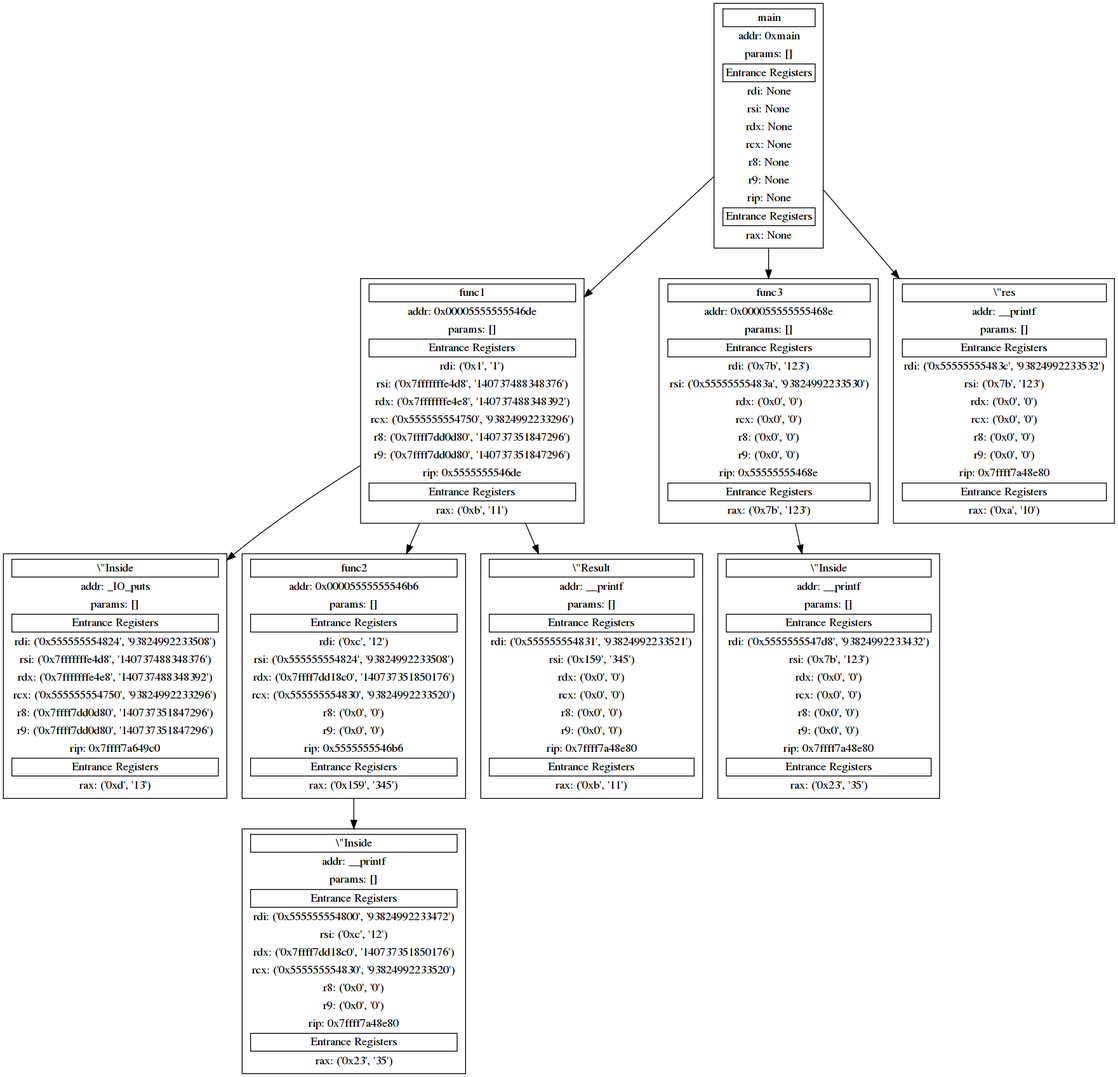
Above: Out/result.gv.png in cty123/CS527-Final-Project (Graphviz), before the change. Its source is kept beside it as Out/result.gv. Source of this version:
```dot
digraph {
	main [label=<
    <table border="0">
        <tr><td align="text" border="1">main</td></tr>
        <tr><td align="text">addr: 0xmain</td></tr>
        <tr><td align="text">params: []</td></tr>
        <tr><td align="text" border="1">Entrance Registers</td></tr>
        <tr><td align="text">rdi: None</td></tr>
        <tr><td align="text">rsi: None</td></tr>
        <tr><td align="text">rdx: None</td></tr>
        <tr><td align="text">rcx: None</td></tr>
        <tr><td align="text">r8: None</td></tr>
        <tr><td align="text">r9: None</td></tr>
        <tr><td align="text">rip: None</td></tr>
        <tr><td align="text" border="1">Entrance Registers</td></tr>
        <tr><td align="text">rax: None</td></tr>
    </table>
    > shape=box]
	main_0xmain_1 [label=<
    <table border="0">
        <tr><td align="text" border="1">func1</td></tr>
        <tr><td align="text">addr: 0x00005555555546de</td></tr>
        <tr><td align="text">params: []</td></tr>
        <tr><td align="text" border="1">Entrance Registers</td></tr>
        <tr><td align="text">rdi: ('0x1', '1')</td></tr>
        <tr><td align="text">rsi: ('0x7fffffffe4d8', '140737488348376')</td></tr>
        <tr><td align="text">rdx: ('0x7fffffffe4e8', '140737488348392')</td></tr>
        <tr><td align="text">rcx: ('0x555555554750', '93824992233296')</td></tr>
        <tr><td align="text">r8: ('0x7ffff7dd0d80', '140737351847296')</td></tr>
        <tr><td align="text">r9: ('0x7ffff7dd0d80', '140737351847296')</td></tr>
        <tr><td align="text">rip: 0x5555555546de</td></tr>
        <tr><td align="text" border="1">Entrance Registers</td></tr>
        <tr><td align="text">rax: ('0xb', '11')</td></tr>
    </table>
    > shape=box]
	main -> main_0xmain_1
	main_0xmain_2 [label=<
    <table border="0">
        <tr><td align="text" border="1">func3</td></tr>
        <tr><td align="text">addr: 0x000055555555468e</td></tr>
        <tr><td align="text">params: []</td></tr>
        <tr><td align="text" border="1">Entrance Registers</td></tr>
        <tr><td align="text">rdi: ('0x7b', '123')</td></tr>
        <tr><td align="text">rsi: ('0x55555555483a', '93824992233530')</td></tr>
        <tr><td align="text">rdx: ('0x0', '0')</td></tr>
        <tr><td align="text">rcx: ('0x0', '0')</td></tr>
        <tr><td align="text">r8: ('0x0', '0')</td></tr>
        <tr><td align="text">r9: ('0x0', '0')</td></tr>
        <tr><td align="text">rip: 0x55555555468e</td></tr>
        <tr><td align="text" border="1">Entrance Registers</td></tr>
        <tr><td align="text">rax: ('0x7b', '123')</td></tr>
    </table>
    > shape=box]
	main -> main_0xmain_2
	main_0xmain_3 [label=<
    <table border="0">
        <tr><td align="text" border="1">\"res</td></tr>
        <tr><td align="text">addr: __printf</td></tr>
        <tr><td align="text">params: []</td></tr>
        <tr><td align="text" border="1">Entrance Registers</td></tr>
        <tr><td align="text">rdi: ('0x55555555483c', '93824992233532')</td></tr>
        <tr><td align="text">rsi: ('0x7b', '123')</td></tr>
        <tr><td align="text">rdx: ('0x0', '0')</td></tr>
        <tr><td align="text">rcx: ('0x0', '0')</td></tr>
        <tr><td align="text">r8: ('0x0', '0')</td></tr>
        <tr><td align="text">r9: ('0x0', '0')</td></tr>
        <tr><td align="text">rip: 0x7ffff7a48e80</td></tr>
        <tr><td align="text" border="1">Entrance Registers</td></tr>
        <tr><td align="text">rax: ('0xa', '10')</td></tr>
    </table>
    > shape=box]
	main -> main_0xmain_3
	func3_0x000055555555468e_4 [label=<
    <table border="0">
        <tr><td align="text" border="1">\"Inside</td></tr>
        <tr><td align="text">addr: __printf</td></tr>
        <tr><td align="text">params: []</td></tr>
        <tr><td align="text" border="1">Entrance Registers</td></tr>
        <tr><td align="text">rdi: ('0x5555555547d8', '93824992233432')</td></tr>
        <tr><td align="text">rsi: ('0x7b', '123')</td></tr>
        <tr><td align="text">rdx: ('0x0', '0')</td></tr>
        <tr><td align="text">rcx: ('0x0', '0')</td></tr>
        <tr><td align="text">r8: ('0x0', '0')</td></tr>
        <tr><td align="text">r9: ('0x0', '0')</td></tr>
        <tr><td align="text">rip: 0x7ffff7a48e80</td></tr>
        <tr><td align="text" border="1">Entrance Registers</td></tr>
        <tr><td align="text">rax: ('0x23', '35')</td></tr>
    </table>
    > shape=box]
	main_0xmain_2 -> func3_0x000055555555468e_4
	func1_0x00005555555546de_5 [label=<
    <table border="0">
        <tr><td align="text" border="1">\"Inside</td></tr>
        <tr><td align="text">addr: _IO_puts</td></tr>
        <tr><td align="text">params: []</td></tr>
        <tr><td align="text" border="1">Entrance Registers</td></tr>
        <tr><td align="text">rdi: ('0x555555554824', '93824992233508')</td></tr>
        <tr><td align="text">rsi: ('0x7fffffffe4d8', '140737488348376')</td></tr>
        <tr><td align="text">rdx: ('0x7fffffffe4e8', '140737488348392')</td></tr>
        <tr><td align="text">rcx: ('0x555555554750', '93824992233296')</td></tr>
        <tr><td align="text">r8: ('0x7ffff7dd0d80', '140737351847296')</td></tr>
        <tr><td align="text">r9: ('0x7ffff7dd0d80', '140737351847296')</td></tr>
        <tr><td align="text">rip: 0x7ffff7a649c0</td></tr>
        <tr><td align="text" border="1">Entrance Registers</td></tr>
        <tr><td align="text">rax: ('0xd', '13')</td></tr>
    </table>
    > shape=box]
	main_0xmain_1 -> func1_0x00005555555546de_5
	func1_0x00005555555546de_6 [label=<
    <table border="0">
        <tr><td align="text" border="1">func2</td></tr>
        <tr><td align="text">addr: 0x00005555555546b6</td></tr>
        <tr><td align="text">params: []</td></tr>
        <tr><td align="text" border="1">Entrance Registers</td></tr>
        <tr><td align="text">rdi: ('0xc', '12')</td></tr>
        <tr><td align="text">rsi: ('0x555555554824', '93824992233508')</td></tr>
        <tr><td align="text">rdx: ('0x7ffff7dd18c0', '140737351850176')</td></tr>
        <tr><td align="text">rcx: ('0x555555554830', '93824992233520')</td></tr>
        <tr><td align="text">r8: ('0x0', '0')</td></tr>
        <tr><td align="text">r9: ('0x0', '0')</td></tr>
        <tr><td align="text">rip: 0x5555555546b6</td></tr>
        <tr><td align="text" border="1">Entrance Registers</td></tr>
        <tr><td align="text">rax: ('0x159', '345')</td></tr>
    </table>
    > shape=box]
	main_0xmain_1 -> func1_0x00005555555546de_6
	func1_0x00005555555546de_7 [label=<
    <table border="0">
        <tr><td align="text" border="1">\"Result</td></tr>
        <tr><td align="text">addr: __printf</td></tr>
        <tr><td align="text">params: []</td></tr>
        <tr><td align="text" border="1">Entrance Registers</td></tr>
        <tr><td align="text">rdi: ('0x555555554831', '93824992233521')</td></tr>
        <tr><td align="text">rsi: ('0x159', '345')</td></tr>
        <tr><td align="text">rdx: ('0x0', '0')</td></tr>
        <tr><td align="text">rcx: ('0x0', '0')</td></tr>
        <tr><td align="text">r8: ('0x0', '0')</td></tr>
        <tr><td align="text">r9: ('0x0', '0')</td></tr>
        <tr><td align="text">rip: 0x7ffff7a48e80</td></tr>
        <tr><td align="text" border="1">Entrance Registers</td></tr>
        <tr><td align="text">rax: ('0xb', '11')</td></tr>
    </table>
    > shape=box]
	main_0xmain_1 -> func1_0x00005555555546de_7
	func2_0x00005555555546b6_8 [label=<
    <table border="0">
        <tr><td align="text" border="1">\"Inside</td></tr>
        <tr><td align="text">addr: __printf</td></tr>
        <tr><td align="text">params: []</td></tr>
        <tr><td align="text" border="1">Entrance Registers</td></tr>
        <tr><td align="text">rdi: ('0x555555554800', '93824992233472')</td></tr>
        <tr><td align="text">rsi: ('0xc', '12')</td></tr>
        <tr><td align="text">rdx: ('0x7ffff7dd18c0', '140737351850176')</td></tr>
        <tr><td align="text">rcx: ('0x555555554830', '93824992233520')</td></tr>
        <tr><td align="text">r8: ('0x0', '0')</td></tr>
        <tr><td align="text">r9: ('0x0', '0')</td></tr>
        <tr><td align="text">rip: 0x7ffff7a48e80</td></tr>
        <tr><td align="text" border="1">Entrance Registers</td></tr>
        <tr><td align="text">rax: ('0x23', '35')</td></tr>
    </table>
    > shape=box]
	func1_0x00005555555546de_6 -> func2_0x00005555555546b6_8
}
```
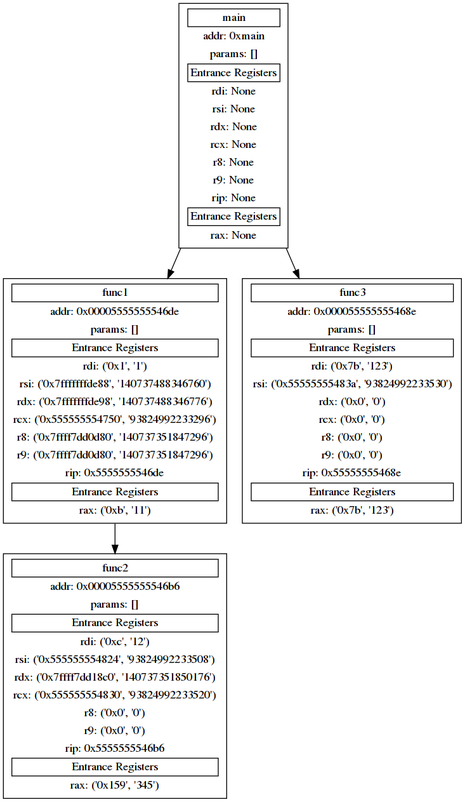
After the change.

Diff of the diagram source:
```diff
@@ -23,8 +23,8 @@
         <tr><td align="text">params: []</td></tr>
         <tr><td align="text" border="1">Entrance Registers</td></tr>
         <tr><td align="text">rdi: ('0x1', '1')</td></tr>
-        <tr><td align="text">rsi: ('0x7fffffffe4d8', '140737488348376')</td></tr>
-        <tr><td align="text">rdx: ('0x7fffffffe4e8', '140737488348392')</td></tr>
+        <tr><td align="text">rsi: ('0x7fffffffde88', '140737488346760')</td></tr>
+        <tr><td align="text">rdx: ('0x7fffffffde98', '140737488346776')</td></tr>
         <tr><td align="text">rcx: ('0x555555554750', '93824992233296')</td></tr>
         <tr><td align="text">r8: ('0x7ffff7dd0d80', '140737351847296')</td></tr>
         <tr><td align="text">r9: ('0x7ffff7dd0d80', '140737351847296')</td></tr>
@@ -52,61 +52,7 @@
     </table>
     > shape=box]
 	main -> main_0xmain_2
-	main_0xmain_3 [label=<
-    <table border="0">
-        <tr><td align="text" border="1">\"res</td></tr>
-        <tr><td align="text">addr: __printf</td></tr>
-        <tr><td align="text">params: []</td></tr>
-        <tr><td align="text" border="1">Entrance Registers</td></tr>
-        <tr><td align="text">rdi: ('0x55555555483c', '93824992233532')</td></tr>
-        <tr><td align="text">rsi: ('0x7b', '123')</td></tr>
-        <tr><td align="text">rdx: ('0x0', '0')</td></tr>
-        <tr><td align="text">rcx: ('0x0', '0')</td></tr>
-        <tr><td align="text">r8: ('0x0', '0')</td></tr>
-        <tr><td align="text">r9: ('0x0', '0')</td></tr>
-        <tr><td align="text">rip: 0x7ffff7a48e80</td></tr>
-        <tr><td align="text" border="1">Entrance Registers</td></tr>
-        <tr><td align="text">rax: ('0xa', '10')</td></tr>
-    </table>
-    > shape=box]
-	main -> main_0xmain_3
-	func3_0x000055555555468e_4 [label=<
-    <table border="0">
-        <tr><td align="text" border="1">\"Inside</td></tr>
-        <tr><td align="text">addr: __printf</td></tr>
-        <tr><td align="text">params: []</td></tr>
-        <tr><td align="text" border="1">Entrance Registers</td></tr>
-        <tr><td align="text">rdi: ('0x5555555547d8', '93824992233432')</td></tr>
-        <tr><td align="text">rsi: ('0x7b', '123')</td></tr>
-        <tr><td align="text">rdx: ('0x0', '0')</td></tr>
-        <tr><td align="text">rcx: ('0x0', '0')</td></tr>
-        <tr><td align="text">r8: ('0x0', '0')</td></tr>
-        <tr><td align="text">r9: ('0x0', '0')</td></tr>
-        <tr><td align="text">rip: 0x7ffff7a48e80</td></tr>
-        <tr><td align="text" border="1">Entrance Registers</td></tr>
-        <tr><td align="text">rax: ('0x23', '35')</td></tr>
-    </table>
-    > shape=box]
-	main_0xmain_2 -> func3_0x000055555555468e_4
-	func1_0x00005555555546de_5 [label=<
-    <table border="0">
-        <tr><td align="text" border="1">\"Inside</td></tr>
-        <tr><td align="text">addr: _IO_puts</td></tr>
-        <tr><td align="text">params: []</td></tr>
-        <tr><td align="text" border="1">Entrance Registers</td></tr>
-        <tr><td align="text">rdi: ('0x555555554824', '93824992233508')</td></tr>
-        <tr><td align="text">rsi: ('0x7fffffffe4d8', '140737488348376')</td></tr>
-        <tr><td align="text">rdx: ('0x7fffffffe4e8', '140737488348392')</td></tr>
-        <tr><td align="text">rcx: ('0x555555554750', '93824992233296')</td></tr>
-        <tr><td align="text">r8: ('0x7ffff7dd0d80', '140737351847296')</td></tr>
-        <tr><td align="text">r9: ('0x7ffff7dd0d80', '140737351847296')</td></tr>
-        <tr><td align="text">rip: 0x7ffff7a649c0</td></tr>
-        <tr><td align="text" border="1">Entrance Registers</td></tr>
-        <tr><td align="text">rax: ('0xd', '13')</td></tr>
-    </table>
-    > shape=box]
-	main_0xmain_1 -> func1_0x00005555555546de_5
-	func1_0x00005555555546de_6 [label=<
+	func1_0x00005555555546de_3 [label=<
     <table border="0">
         <tr><td align="text" border="1">func2</td></tr>
         <tr><td align="text">addr: 0x00005555555546b6</td></tr>
@@ -123,41 +69,5 @@
         <tr><td align="text">rax: ('0x159', '345')</td></tr>
     </table>
     > shape=box]
-	main_0xmain_1 -> func1_0x00005555555546de_6
-	func1_0x00005555555546de_7 [label=<
-    <table border="0">
-        <tr><td align="text" border="1">\"Result</td></tr>
-        <tr><td align="text">addr: __printf</td></tr>
-        <tr><td align="text">params: []</td></tr>
-        <tr><td align="text" border="1">Entrance Registers</td></tr>
-        <tr><td align="text">rdi: ('0x555555554831', '93824992233521')</td></tr>
-        <tr><td align="text">rsi: ('0x159', '345')</td></tr>
-        <tr><td align="text">rdx: ('0x0', '0')</td></tr>
-        <tr><td align="text">rcx: ('0x0', '0')</td></tr>
-        <tr><td align="text">r8: ('0x0', '0')</td></tr>
-        <tr><td align="text">r9: ('0x0', '0')</td></tr>
-        <tr><td align="text">rip: 0x7ffff7a48e80</td></tr>
-        <tr><td align="text" border="1">Entrance Registers</td></tr>
-        <tr><td align="text">rax: ('0xb', '11')</td></tr>
-    </table>
-    > shape=box]
-	main_0xmain_1 -> func1_0x00005555555546de_7
-	func2_0x00005555555546b6_8 [label=<
-    <table border="0">
-        <tr><td align="text" border="1">\"Inside</td></tr>
-        <tr><td align="text">addr: __printf</td></tr>
-        <tr><td align="text">params: []</td></tr>
-        <tr><td align="text" border="1">Entrance Registers</td></tr>
-        <tr><td align="text">rdi: ('0x555555554800', '93824992233472')</td></tr>
-        <tr><td align="text">rsi: ('0xc', '12')</td></tr>
-        <tr><td align="text">rdx: ('0x7ffff7dd18c0', '140737351850176')</td></tr>
-        <tr><td align="text">rcx: ('0x555555554830', '93824992233520')</td></tr>
-        <tr><td align="text">r8: ('0x0', '0')</td></tr>
-        <tr><td align="text">r9: ('0x0', '0')</td></tr>
-        <tr><td align="text">rip: 0x7ffff7a48e80</td></tr>
-        <tr><td align="text" border="1">Entrance Registers</td></tr>
-        <tr><td align="text">rax: ('0x23', '35')</td></tr>
-    </table>
-    > shape=box]
-	func1_0x00005555555546de_6 -> func2_0x00005555555546b6_8
+	main_0xmain_1 -> func1_0x00005555555546de_3
 }
```
